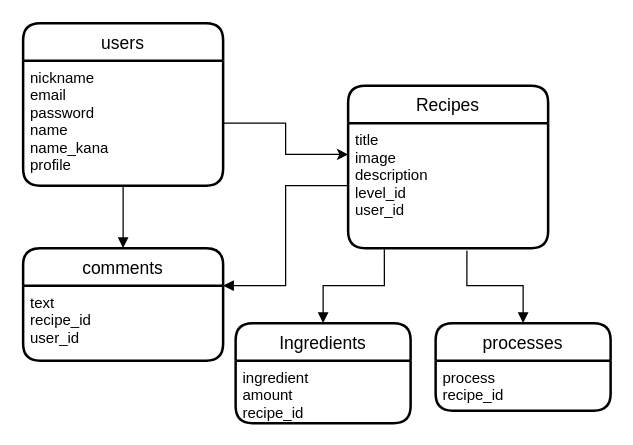
Above: app/controllers/camprecipe.dio in akio6706/camprecipe-app (draw.io), before the change. Source tidied: cells renumbered, new cells numbered last; positions are measured from the earlier drawing's top-left corner, leaving out a move shared by most shapes. Both pictures are drawn from the tidied source at 125%, with x=0, y=0 at pixel (22, 22).
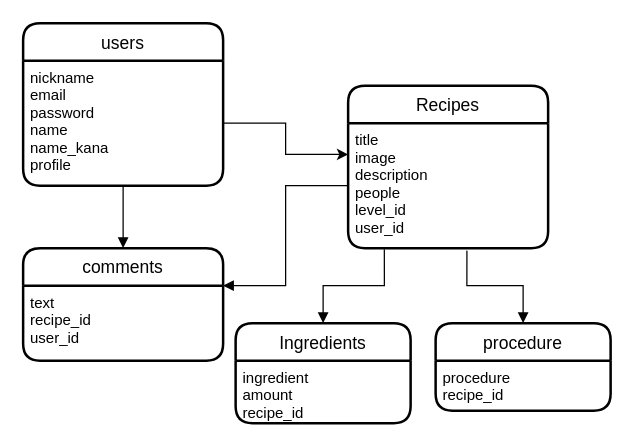
Above is the later version.

What changed in the source:
```diff
@@
 <mxGraphModel>
   <root>
     <mxCell id="0" />
     <mxCell id="1" parent="0" />
     <mxCell id="2" value="users" style="swimlane;horizontal=1;startSize=30;rounded=1;fontSize=14;fontStyle=0;strokeWidth=2;shadow=0;dashed=0;align=center;" parent="1" vertex="1">
       <mxGeometry width="160" height="130" as="geometry" />
     </mxCell>
     <mxCell id="3" value="nickname&#10;email&#10;password&#10;name&#10;name_kana&#10;profile" style="align=left;strokeColor=none;fillColor=none;spacingLeft=4;fontSize=12;verticalAlign=top;" parent="2" vertex="1">
       <mxGeometry y="30" width="160" height="100" as="geometry" />
     </mxCell>
     <mxCell id="4" value="Recipes" style="swimlane;horizontal=1;startSize=30;rounded=1;fontSize=14;fontStyle=0;strokeWidth=2;shadow=0;dashed=0;align=center;" parent="1" vertex="1">
       <mxGeometry x="260" y="50" width="160" height="130" as="geometry" />
     </mxCell>
-    <mxCell id="5" value="title&#10;image&#10;description&#10;level_id&#10;user_id" style="align=left;strokeColor=none;fillColor=none;spacingLeft=4;fontSize=12;verticalAlign=top;" parent="4" vertex="1">
+    <mxCell id="5" value="title&#10;image&#10;description&#10;people&#10;level_id&#10;user_id" style="align=left;strokeColor=none;fillColor=none;spacingLeft=4;fontSize=12;verticalAlign=top;" parent="4" vertex="1">
       <mxGeometry y="30" width="160" height="100" as="geometry" />
     </mxCell>
     <mxCell id="6" style="edgeStyle=orthogonalEdgeStyle;rounded=0;jettySize=auto;html=1;exitX=0.5;exitY=0;exitDx=0;exitDy=0;entryX=0.5;entryY=1;entryDx=0;entryDy=0;startArrow=block;startFill=1;endArrow=none;endFill=0;" parent="1" edge="1" source="7" target="3">
       <mxGeometry relative="1" as="geometry" />
     </mxCell>
-    <mxCell id="7" value="comments" style="swimlane;horizontal=1;startSize=30;rounded=1;fontSize=14;fontStyle=0;strokeWidth=2;shadow=0;dashed=0;align=center;" parent="1" vertex="1">
+    <mxCell id="7" value="comments" style="swimlane;horizontal=1;startSize=30;rounded=1;fontSize=14;fontStyle=0;strokeWidth=2;shadow=0;dashed=0;align=center;whiteSpace=wrap;" parent="1" vertex="1">
       <mxGeometry y="180" width="160" height="90" as="geometry" />
     </mxCell>
     <mxCell id="8" value="text&#10;recipe_id&#10;user_id" style="align=left;strokeColor=none;fillColor=none;spacingLeft=4;fontSize=12;verticalAlign=top;" parent="7" vertex="1">
       <mxGeometry y="30" width="160" height="60" as="geometry" />
     </mxCell>
     <mxCell id="9" style="edgeStyle=orthogonalEdgeStyle;rounded=0;jettySize=auto;html=1;exitX=0.5;exitY=0;exitDx=0;exitDy=0;entryX=0.181;entryY=1.01;entryDx=0;entryDy=0;entryPerimeter=0;startArrow=block;startFill=1;endArrow=none;endFill=0;" parent="1" edge="1" source="10" target="5">
       <mxGeometry relative="1" as="geometry" />
     </mxCell>
     <mxCell id="10" value="Ingredients" style="swimlane;horizontal=1;startSize=30;rounded=1;fontSize=14;fontStyle=0;strokeWidth=2;shadow=0;dashed=0;align=center;gradientColor=#ffffff;" parent="1" vertex="1">
       <mxGeometry x="170" y="240" width="140" height="80" as="geometry" />
     </mxCell>
     <mxCell id="11" value="ingredient&#10;amount&#10;recipe_id" style="align=left;strokeColor=none;fillColor=none;spacingLeft=4;fontSize=12;verticalAlign=top;" parent="10" vertex="1">
       <mxGeometry y="30" width="140" height="50" as="geometry" />
     </mxCell>
     <mxCell id="12" style="edgeStyle=orthogonalEdgeStyle;rounded=0;jettySize=auto;html=1;exitX=0.5;exitY=0;exitDx=0;exitDy=0;entryX=0.594;entryY=1.02;entryDx=0;entryDy=0;entryPerimeter=0;startArrow=block;startFill=1;endArrow=none;endFill=0;" parent="1" edge="1" source="13" target="5">
       <mxGeometry relative="1" as="geometry" />
     </mxCell>
-    <mxCell id="13" value="processes" style="swimlane;horizontal=1;startSize=30;rounded=1;fontSize=14;fontStyle=0;strokeWidth=2;shadow=0;dashed=0;align=center;gradientColor=#ffffff;" parent="1" vertex="1">
+    <mxCell id="13" value="procedure" style="swimlane;horizontal=1;startSize=30;rounded=1;fontSize=14;fontStyle=0;strokeWidth=2;shadow=0;dashed=0;align=center;gradientColor=#ffffff;" parent="1" vertex="1">
       <mxGeometry x="330" y="240" width="140" height="70" as="geometry" />
     </mxCell>
-    <mxCell id="14" value="process&#10;recipe_id" style="align=left;strokeColor=none;fillColor=none;spacingLeft=4;fontSize=12;verticalAlign=top;" parent="13" vertex="1">
+    <mxCell id="14" value="procedure&#10;recipe_id" style="align=left;strokeColor=none;fillColor=none;spacingLeft=4;fontSize=12;verticalAlign=top;" parent="13" vertex="1">
       <mxGeometry y="30" width="140" height="40" as="geometry" />
     </mxCell>
     <mxCell id="15" style="edgeStyle=orthogonalEdgeStyle;rounded=0;jettySize=auto;html=1;exitX=1;exitY=0.5;exitDx=0;exitDy=0;entryX=0;entryY=0.25;entryDx=0;entryDy=0;" parent="1" edge="1" source="3" target="5">
       <mxGeometry relative="1" as="geometry" />
     </mxCell>
     <mxCell id="16" style="edgeStyle=orthogonalEdgeStyle;rounded=0;jettySize=auto;html=1;exitX=1;exitY=0;exitDx=0;exitDy=0;entryX=0;entryY=0.5;entryDx=0;entryDy=0;endArrow=none;endFill=0;startArrow=block;startFill=1;" parent="1" edge="1" source="8" target="5">
       <mxGeometry relative="1" as="geometry">
         <Array as="points">
           <mxPoint x="210" y="210" />
           <mxPoint x="210" y="130" />
         </Array>
       </mxGeometry>
     </mxCell>
   </root>
 </mxGraphModel>
```
